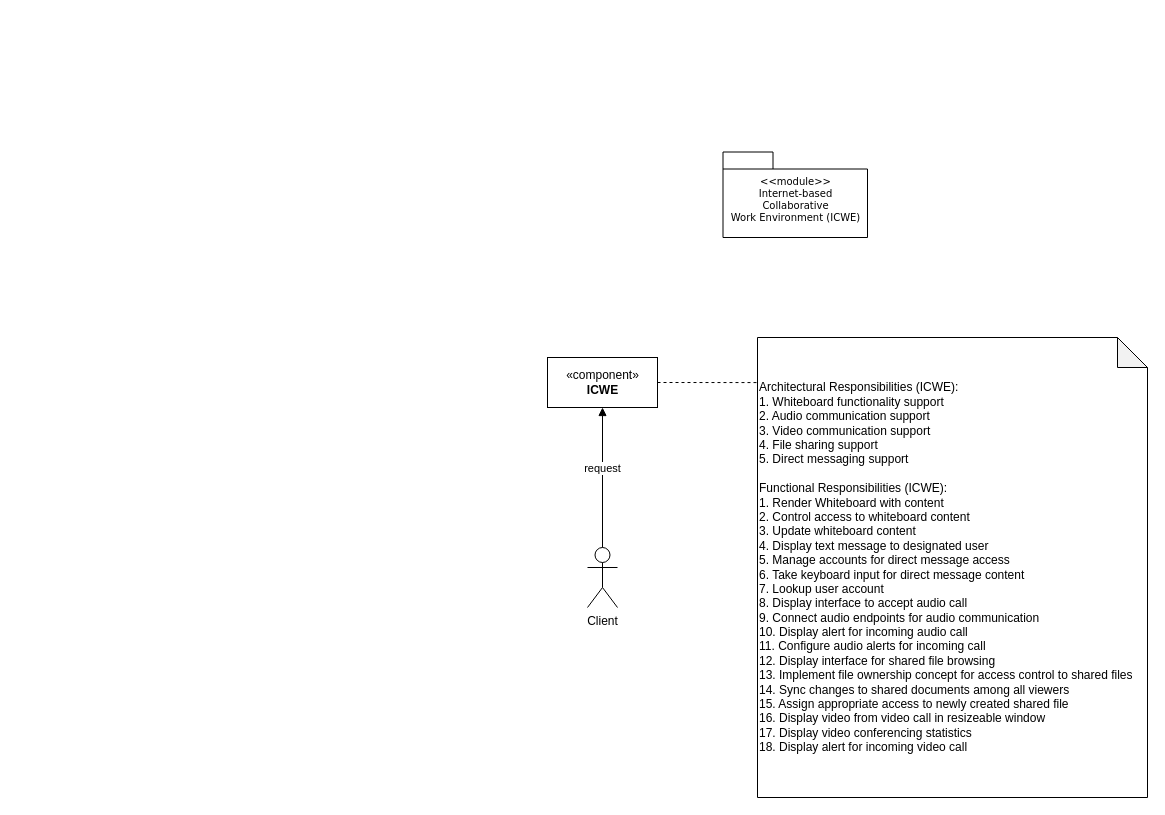
Before: page "Monolithic_System" (1 of 6) of Project_Checkpoint_4.drawio in james-mcallister/diagrams, a draw.io diagram. Source tidied: cells renumbered, new cells numbered last; positions are measured from the earlier drawing's top-left corner, leaving out a move shared by most shapes. Both pictures are drawn from the tidied source at 100%, with x=0, y=0 at pixel (547, 151).
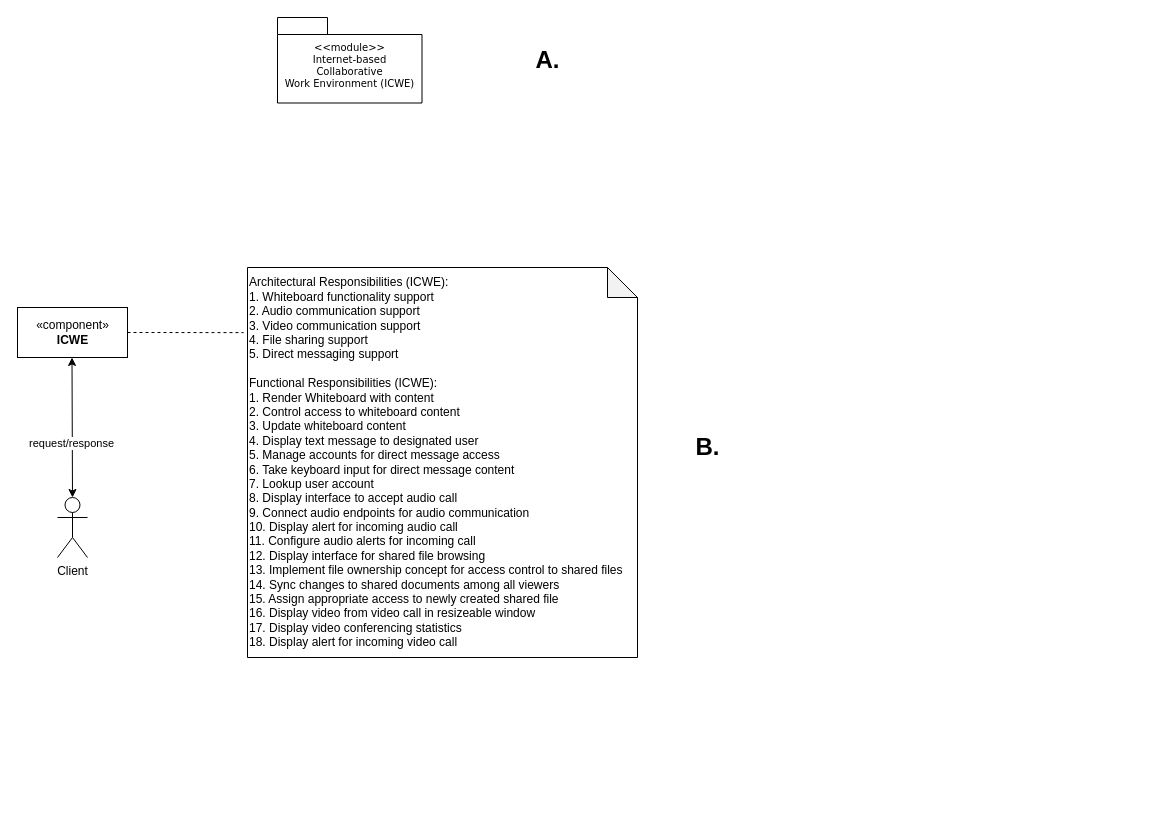
Above is the later version.

Change to the diagram source:
```diff
@@
 <mxGraphModel>
   <root>
     <mxCell id="0" />
     <mxCell id="1" parent="0" />
     <mxCell id="2" style="group;" parent="1" vertex="1">
-      <mxGeometry x="175.5" y="0.5" width="144.5" height="85.5" as="geometry" />
+      <mxGeometry x="-270" y="-134" width="144.5" height="85.5" as="geometry" />
     </mxCell>
     <mxCell id="3" value="&lt;span style=&quot;font-weight: normal;&quot;&gt;&amp;lt;&amp;lt;module&amp;gt;&amp;gt;&lt;br&gt;Internet-based &lt;br&gt;Collaborative &lt;br&gt;Work Environment (ICWE)&lt;/span&gt;" style="shape=folder;fontStyle=1;spacingTop=10;tabWidth=50;tabHeight=17;tabPosition=left;html=1;rounded=0;shadow=0;comic=0;labelBackgroundColor=none;strokeWidth=1;fontFamily=Verdana;fontSize=10;align=center;" parent="2" vertex="1">
       <mxGeometry width="144.5" height="85.5" as="geometry" />
     </mxCell>
     <mxCell id="4" value="«component»&lt;br&gt;&lt;b&gt;ICWE&lt;/b&gt;" style="html=1;" parent="1" vertex="1">
-      <mxGeometry y="206" width="110" height="50" as="geometry" />
+      <mxGeometry x="-530" y="156" width="110" height="50" as="geometry" />
     </mxCell>
     <mxCell id="5" value="Client" style="shape=umlActor;verticalLabelPosition=bottom;verticalAlign=top;html=1;" parent="1" vertex="1">
-      <mxGeometry x="40" y="396" width="30" height="60" as="geometry" />
+      <mxGeometry x="-490" y="346" width="30" height="60" as="geometry" />
     </mxCell>
-    <mxCell id="6" value="request" style="html=1;verticalAlign=bottom;endArrow=block;rounded=0;exitX=0.5;exitY=0;exitDx=0;exitDy=0;exitPerimeter=0;entryX=0.5;entryY=1;entryDx=0;entryDy=0;" parent="1" edge="1" source="5" target="4">
-      <mxGeometry relative="1" as="geometry" />
-    </mxCell>
     <mxCell id="7" value="Architectural Responsibilities (ICWE):&lt;br&gt;1. Whiteboard functionality support&lt;br&gt;2. Audio communication support&lt;br&gt;3. Video communication support&lt;br&gt;4. File sharing support&lt;br&gt;5. Direct messaging support&lt;br&gt;&lt;br&gt;Functional Responsibilities (ICWE):&lt;br&gt;1. Render Whiteboard with content&lt;br&gt;2. Control access to whiteboard content&lt;br&gt;3. Update whiteboard content&lt;br&gt;4. Display text message to designated user&lt;br&gt;5. Manage accounts for direct message access&lt;br&gt;6. Take keyboard input for direct message content&lt;br&gt;7. Lookup user account&lt;br&gt;8. Display interface to accept audio call&lt;br&gt;9. Connect audio endpoints for audio communication&lt;br&gt;10. Display alert for incoming audio call&lt;br&gt;11. Configure audio alerts for incoming call&lt;br&gt;12. Display interface for shared file browsing&lt;br&gt;13. Implement file ownership concept for access control to shared files&lt;br&gt;14. Sync changes to shared documents among all viewers&lt;br&gt;15. Assign appropriate access to newly created shared file&lt;br&gt;16. Display video from video call in resizeable window&lt;br&gt;17. Display video conferencing statistics&lt;br&gt;18. Display alert for incoming video call" style="shape=note;whiteSpace=wrap;html=1;backgroundOutline=1;darkOpacity=0.05;align=left;" parent="1" vertex="1">
-      <mxGeometry x="210" y="186" width="390" height="460" as="geometry" />
+      <mxGeometry x="-300" y="116" width="390" height="390" as="geometry" />
     </mxCell>
-    <mxCell id="8" style="endArrow=none;dashed=1;html=1;rounded=0;exitX=1;exitY=0.5;exitDx=0;exitDy=0;entryX=0.003;entryY=0.098;entryDx=0;entryDy=0;entryPerimeter=0;" parent="1" edge="1" source="4" target="7">
+    <mxCell id="8" style="endArrow=none;dashed=1;html=1;rounded=0;exitX=1;exitY=0.5;exitDx=0;exitDy=0;entryX=-0.01;entryY=0.167;entryDx=0;entryDy=0;entryPerimeter=0;" parent="1" edge="1" source="4" target="7">
       <mxGeometry relative="1" as="geometry" />
     </mxCell>
+    <mxCell id="9" style="endArrow=classic;startArrow=classic;html=1;rounded=0;entryX=0.5;entryY=1;entryDx=0;entryDy=0;" parent="1" edge="1">
+      <mxGeometry relative="1" as="geometry">
+        <mxPoint x="-475" y="346" as="sourcePoint" />
+        <mxPoint x="-475.5" y="206" as="targetPoint" />
+      </mxGeometry>
+    </mxCell>
+    <mxCell id="10" value="request/response" style="edgeLabel;html=1;align=center;verticalAlign=middle;" parent="9" vertex="1">
+      <mxGeometry x="-0.22" y="1" relative="1" as="geometry" />
+    </mxCell>
+    <mxCell id="11" value="A." style="text;strokeColor=none;fillColor=none;html=1;fontSize=24;fontStyle=1;verticalAlign=middle;align=center;" parent="1" vertex="1">
+      <mxGeometry x="-50" y="-111.2" width="100" height="40" as="geometry" />
+    </mxCell>
+    <mxCell id="12" value="B." style="text;strokeColor=none;fillColor=none;html=1;fontSize=24;fontStyle=1;verticalAlign=middle;align=center;" parent="1" vertex="1">
+      <mxGeometry x="110" y="276" width="100" height="40" as="geometry" />
+    </mxCell>
   </root>
 </mxGraphModel>
```
